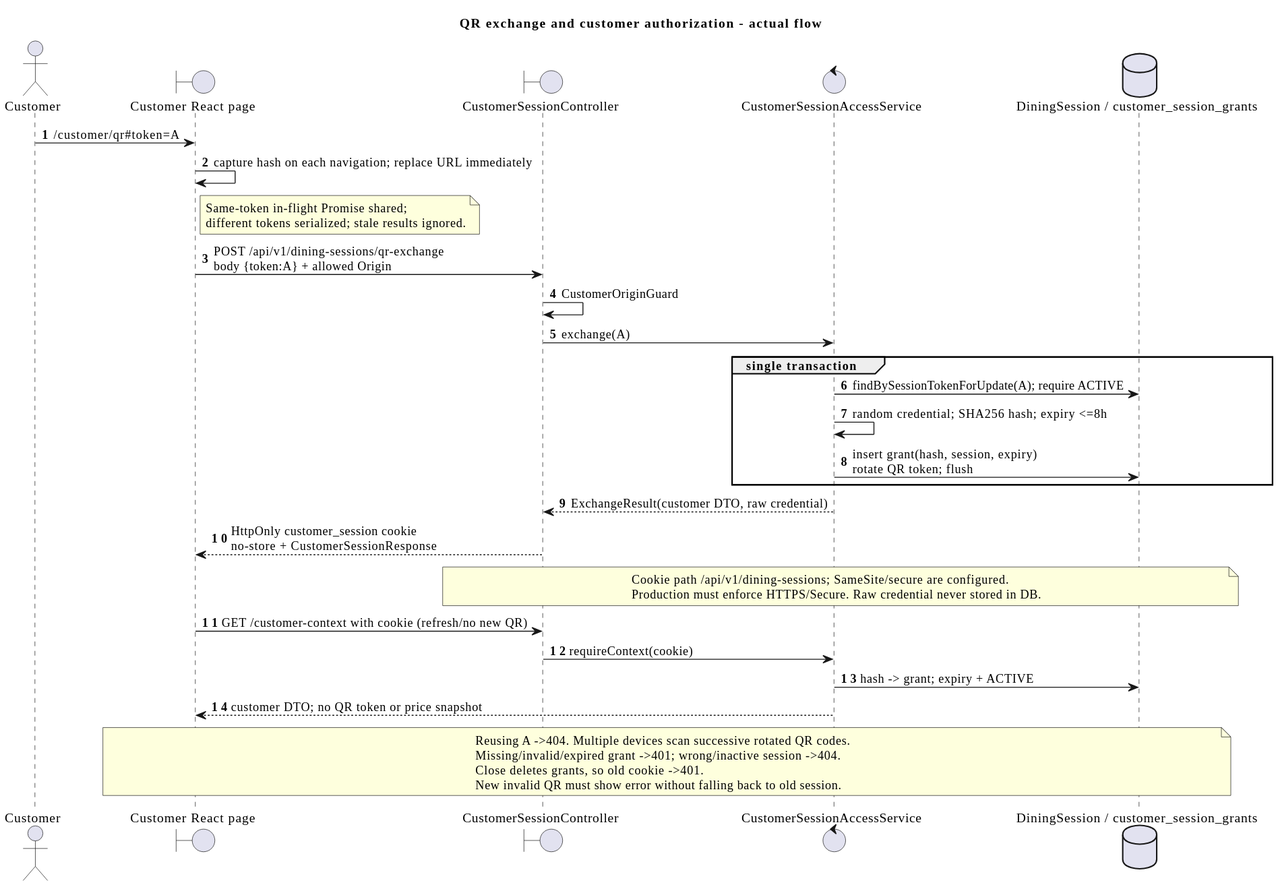
Earlier version of the PlantUML export doc/diagrams/previews/sequence-qr-exchange.svg (PavaritPramual/buffet-restaurant-management-system). Source of this version:
```plantuml
@startuml
skinparam shadowing false
skinparam defaultFontName Tahoma
title QR exchange and customer authorization - actual flow
autonumber
actor Customer
boundary "Customer React page" as UI
boundary CustomerSessionController as C
control CustomerSessionAccessService as Access
database "DiningSession / customer_session_grants" as DB
Customer -> UI : /customer/qr#token=A
UI -> UI : capture hash on each navigation; replace URL immediately
note right of UI : Same-token in-flight Promise shared;\ndifferent tokens serialized; stale results ignored.
UI -> C : POST /api/v1/dining-sessions/qr-exchange\nbody {token:A} + allowed Origin
C -> C : CustomerOriginGuard
C -> Access : exchange(A)
group single transaction
 Access -> DB : findBySessionTokenForUpdate(A); require ACTIVE
 Access -> Access : random credential; SHA256 hash; expiry <=8h
 Access -> DB : insert grant(hash, session, expiry)\nrotate QR token; flush
end
Access --> C : ExchangeResult(customer DTO, raw credential)
C --> UI : HttpOnly customer_session cookie\nno-store + CustomerSessionResponse
note over C,DB : Cookie path /api/v1/dining-sessions; SameSite/secure are configured.\nProduction must enforce HTTPS/Secure. Raw credential never stored in DB.
UI -> C : GET /customer-context with cookie (refresh/no new QR)
C -> Access : requireContext(cookie)
Access -> DB : hash -> grant; expiry + ACTIVE
Access --> UI : customer DTO; no QR token or price snapshot
note over UI,DB : Reusing A ->404. Multiple devices scan successive rotated QR codes.\nMissing/invalid/expired grant ->401; wrong/inactive session ->404.\nClose deletes grants, so old cookie ->401.\nNew invalid QR must show error without falling back to old session.
@enduml
```
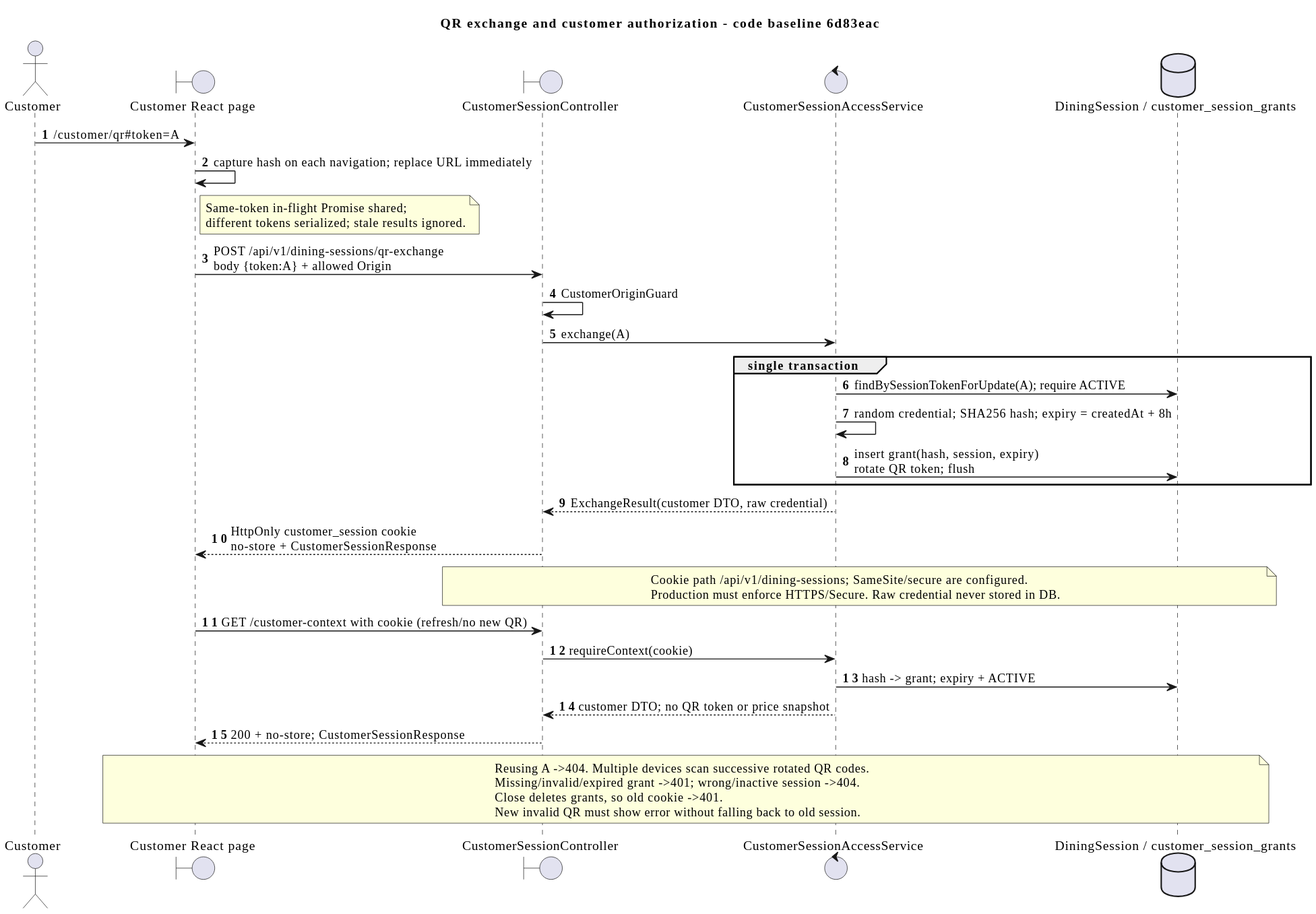
Later version of the same file.

Commit message:
docs: reconcile Pavarit module diagrams with merged code

Change to the diagram source:
```diff
@@ -1,7 +1,7 @@
 @startuml
 skinparam shadowing false
 skinparam defaultFontName Tahoma
-title QR exchange and customer authorization - actual flow
+title QR exchange and customer authorization - code baseline 6d83eac
 autonumber
 actor Customer
 boundary "Customer React page" as UI
@@ -16,7 +16,7 @@
 C -> Access : exchange(A)
 group single transaction
  Access -> DB : findBySessionTokenForUpdate(A); require ACTIVE
- Access -> Access : random credential; SHA256 hash; expiry <=8h
+ Access -> Access : random credential; SHA256 hash; expiry = createdAt + 8h
  Access -> DB : insert grant(hash, session, expiry)\nrotate QR token; flush
 end
 Access --> C : ExchangeResult(customer DTO, raw credential)
@@ -25,6 +25,7 @@
 UI -> C : GET /customer-context with cookie (refresh/no new QR)
 C -> Access : requireContext(cookie)
 Access -> DB : hash -> grant; expiry + ACTIVE
-Access --> UI : customer DTO; no QR token or price snapshot
+Access --> C : customer DTO; no QR token or price snapshot
+C --> UI : 200 + no-store; CustomerSessionResponse
 note over UI,DB : Reusing A ->404. Multiple devices scan successive rotated QR codes.\nMissing/invalid/expired grant ->401; wrong/inactive session ->404.\nClose deletes grants, so old cookie ->401.\nNew invalid QR must show error without falling back to old session.
 @enduml
```
